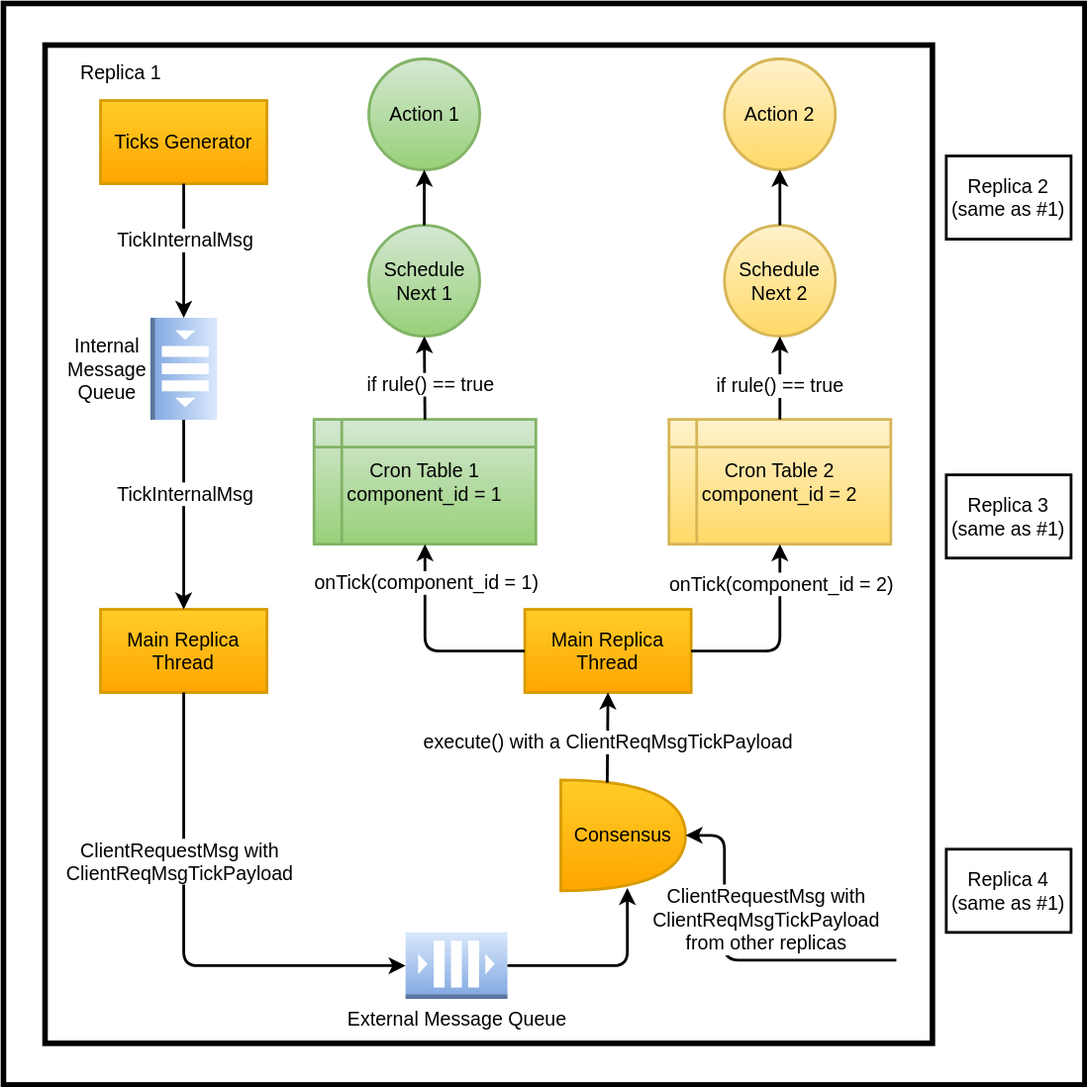
vmware/concord-bft keeps this draw.io diagram as ccron/img/concord-cron-system-overview.svg. Above is the earlier version. Source tidied: cells renumbered, new cells last; positions are measured from the earlier drawing's top-left corner, leaving out a move shared by most shapes. Source of this version:
```xml
<mxGraphModel>
  <root>
    <mxCell id="0" />
    <mxCell id="1" parent="0" />
    <mxCell id="2" style="rounded=0;whiteSpace=wrap;html=1;fillColor=none;strokeWidth=4;" parent="1" vertex="1">
      <mxGeometry width="780" height="780" as="geometry" />
    </mxCell>
    <mxCell id="3" style="rounded=0;whiteSpace=wrap;html=1;fillColor=none;strokeWidth=4;verticalAlign=top;horizontal=1;labelPosition=left;verticalLabelPosition=bottom;align=right;" parent="1" vertex="1">
      <mxGeometry x="30" y="30" width="640" height="720" as="geometry" />
    </mxCell>
    <mxCell id="4" value="Replica 2&lt;br style=&quot;font-size: 14px;&quot;&gt;(same as #1)" style="rounded=0;whiteSpace=wrap;html=1;strokeWidth=2;fontSize=14;" parent="1" vertex="1">
      <mxGeometry x="680" y="110" width="90" height="60" as="geometry" />
    </mxCell>
    <mxCell id="5" value="Replica 3&lt;br style=&quot;font-size: 14px;&quot;&gt;(same as #1)" style="rounded=0;whiteSpace=wrap;html=1;fillColor=none;strokeWidth=2;fontSize=14;" parent="1" vertex="1">
      <mxGeometry x="680" y="340" width="90" height="60" as="geometry" />
    </mxCell>
    <mxCell id="6" value="Replica 4&lt;br style=&quot;font-size: 14px;&quot;&gt;(same as #1)" style="rounded=0;whiteSpace=wrap;html=1;fillColor=none;strokeWidth=2;fontSize=14;" parent="1" vertex="1">
      <mxGeometry x="680" y="610" width="90" height="60" as="geometry" />
    </mxCell>
    <mxCell id="7" value="Internal&lt;br&gt;Message&lt;br&gt;Queue" style="text;html=1;strokeColor=none;fillColor=none;align=center;verticalAlign=middle;whiteSpace=wrap;rounded=0;fontSize=14;" parent="1" vertex="1">
      <mxGeometry x="10" y="253.5" width="130" height="20" as="geometry" />
    </mxCell>
    <mxCell id="8" value="Replica 1" style="text;html=1;strokeColor=none;fillColor=none;align=center;verticalAlign=middle;whiteSpace=wrap;rounded=0;fontSize=14;" parent="1" vertex="1">
      <mxGeometry x="20" y="40" width="130" height="20" as="geometry" />
    </mxCell>
    <mxCell id="9" value="Ticks Generator" style="rounded=0;whiteSpace=wrap;html=1;strokeWidth=2;fillColor=#ffcd28;strokeColor=#d79b00;fontSize=14;gradientColor=#ffa500;" parent="1" vertex="1">
      <mxGeometry x="70" y="70" width="120" height="60" as="geometry" />
    </mxCell>
    <mxCell id="10" style="outlineConnect=0;dashed=0;verticalLabelPosition=middle;verticalAlign=middle;align=right;html=1;shape=mxgraph.aws3.queue;fillColor=#dae8fc;strokeWidth=2;strokeColor=#6c8ebf;fontSize=14;gradientColor=#7ea6e0;horizontal=1;labelPosition=left;direction=south;" parent="1" vertex="1">
      <mxGeometry x="106" y="226.8" width="48" height="73.5" as="geometry" />
    </mxCell>
    <mxCell id="11" value="Main Replica&lt;br style=&quot;font-size: 14px;&quot;&gt;Thread" style="rounded=0;whiteSpace=wrap;html=1;strokeWidth=2;fillColor=#ffcd28;strokeColor=#d79b00;fontSize=14;gradientColor=#ffa500;" parent="1" vertex="1">
      <mxGeometry x="70" y="437" width="120" height="60" as="geometry" />
    </mxCell>
    <mxCell id="12" style="endArrow=classic;html=1;entryX=0.5;entryY=0;entryDx=0;entryDy=0;exitX=1;exitY=0.5;exitDx=0;exitDy=0;exitPerimeter=0;strokeWidth=2;" parent="1" edge="1" source="10" target="11">
      <mxGeometry relative="1" as="geometry">
        <Array as="points">
          <mxPoint x="130" y="330" />
        </Array>
      </mxGeometry>
    </mxCell>
    <mxCell id="13" value="TickInternalMsg" style="edgeLabel;html=1;align=center;verticalAlign=middle;fontSize=14;" parent="12" vertex="1">
      <mxGeometry x="-0.23" y="1" relative="1" as="geometry">
        <mxPoint x="-1" as="offset" />
      </mxGeometry>
    </mxCell>
    <mxCell id="14" value="External Message Queue" style="outlineConnect=0;dashed=0;verticalLabelPosition=bottom;verticalAlign=top;align=center;html=1;shape=mxgraph.aws3.queue;strokeWidth=2;fontSize=14;strokeColor=#6c8ebf;fillColor=#dae8fc;gradientColor=#7ea6e0;" parent="1" vertex="1">
      <mxGeometry x="290" y="670" width="73.5" height="48" as="geometry" />
    </mxCell>
    <mxCell id="15" style="endArrow=classic;html=1;fontSize=14;exitX=0.5;exitY=1;exitDx=0;exitDy=0;entryX=0;entryY=0.5;entryDx=0;entryDy=0;entryPerimeter=0;strokeWidth=2;" parent="1" edge="1" source="11" target="14">
      <mxGeometry relative="1" as="geometry">
        <Array as="points">
          <mxPoint x="130" y="694" />
        </Array>
      </mxGeometry>
    </mxCell>
    <mxCell id="16" value="ClientRequestMsg with&lt;br&gt;ClientReqMsgTickPayload" style="edgeLabel;html=1;align=center;verticalAlign=middle;fontSize=14;" parent="15" vertex="1">
      <mxGeometry x="-0.32" y="-4" relative="1" as="geometry" />
    </mxCell>
    <mxCell id="17" value="Consensus" style="shape=or;whiteSpace=wrap;html=1;fontSize=14;strokeWidth=2;fillColor=#ffcd28;gradientColor=#ffa500;strokeColor=#d79b00;" parent="1" vertex="1">
      <mxGeometry x="402" y="560" width="90" height="80" as="geometry" />
    </mxCell>
    <mxCell id="18" style="endArrow=classic;html=1;fontSize=14;exitX=1;exitY=0.5;exitDx=0;exitDy=0;exitPerimeter=0;entryX=0.533;entryY=0.975;entryDx=0;entryDy=0;entryPerimeter=0;strokeWidth=2;" parent="1" edge="1" source="14" target="17">
      <mxGeometry relative="1" as="geometry">
        <Array as="points">
          <mxPoint x="450" y="694" />
        </Array>
      </mxGeometry>
    </mxCell>
    <mxCell id="19" value="ClientRequestMsg with&lt;br&gt;ClientReqMsgTickPayload&lt;br&gt;from other replicas" style="endArrow=classic;html=1;fontSize=14;strokeWidth=2;entryX=1;entryY=0.5;entryDx=0;entryDy=0;entryPerimeter=0;" parent="1" edge="1" target="17">
      <mxGeometry x="0.26" y="-30" relative="1" as="geometry">
        <mxPoint x="644" y="690" as="sourcePoint" />
        <Array as="points">
          <mxPoint x="520" y="690" />
          <mxPoint x="520" y="600" />
        </Array>
      </mxGeometry>
    </mxCell>
    <mxCell id="20" value="Main Replica&lt;br style=&quot;font-size: 14px;&quot;&gt;Thread" style="rounded=0;whiteSpace=wrap;html=1;strokeWidth=2;fillColor=#ffcd28;strokeColor=#d79b00;fontSize=14;gradientColor=#ffa500;" parent="1" vertex="1">
      <mxGeometry x="376" y="437" width="120" height="60" as="geometry" />
    </mxCell>
    <mxCell id="21" style="endArrow=classic;html=1;fontSize=14;strokeWidth=2;exitX=0.372;exitY=0.025;exitDx=0;exitDy=0;exitPerimeter=0;entryX=0.5;entryY=1;entryDx=0;entryDy=0;" parent="1" edge="1" source="17" target="20">
      <mxGeometry relative="1" as="geometry" />
    </mxCell>
    <mxCell id="22" value="execute() with a ClientReqMsgTickPayload" style="edgeLabel;html=1;align=center;verticalAlign=middle;fontSize=14;" parent="21" vertex="1">
      <mxGeometry x="-0.16" relative="1" as="geometry">
        <mxPoint y="-3" as="offset" />
      </mxGeometry>
    </mxCell>
    <mxCell id="23" value="Cron Table 1&lt;br&gt;component_id = 1" style="shape=internalStorage;whiteSpace=wrap;html=1;backgroundOutline=1;fontSize=14;strokeWidth=2;fillColor=#d5e8d4;strokeColor=#82b366;gradientColor=#97d077;" parent="1" vertex="1">
      <mxGeometry x="224" y="300" width="160" height="90" as="geometry" />
    </mxCell>
    <mxCell id="24" value="Cron Table 2&lt;br&gt;component_id = 2" style="shape=internalStorage;whiteSpace=wrap;html=1;backgroundOutline=1;fontSize=14;strokeWidth=2;fillColor=#fff2cc;strokeColor=#d6b656;gradientColor=#ffd966;" parent="1" vertex="1">
      <mxGeometry x="480" y="300" width="160" height="90" as="geometry" />
    </mxCell>
    <mxCell id="25" value="Schedule&lt;br&gt;Next 1" style="ellipse;whiteSpace=wrap;html=1;fontSize=14;strokeWidth=2;fillColor=#d5e8d4;gradientColor=#97d077;strokeColor=#82b366;" parent="1" vertex="1">
      <mxGeometry x="263.5" y="160" width="80" height="80" as="geometry" />
    </mxCell>
    <mxCell id="26" style="endArrow=classic;html=1;fontSize=14;strokeWidth=2;exitX=0.5;exitY=0;exitDx=0;exitDy=0;entryX=0.5;entryY=1;entryDx=0;entryDy=0;" parent="1" edge="1" source="23" target="25">
      <mxGeometry relative="1" as="geometry" />
    </mxCell>
    <mxCell id="27" value="if rule() == true" style="edgeLabel;html=1;align=center;verticalAlign=middle;fontSize=14;" parent="26" vertex="1">
      <mxGeometry x="-0.2" y="-3" relative="1" as="geometry">
        <mxPoint x="1" y="-1" as="offset" />
      </mxGeometry>
    </mxCell>
    <mxCell id="28" value="Action 1" style="ellipse;whiteSpace=wrap;html=1;fontSize=14;strokeWidth=2;fillColor=#d5e8d4;gradientColor=#97d077;strokeColor=#82b366;" parent="1" vertex="1">
      <mxGeometry x="263.5" y="40" width="80" height="80" as="geometry" />
    </mxCell>
    <mxCell id="29" style="endArrow=classic;html=1;fontSize=14;strokeWidth=2;entryX=0.5;entryY=1;entryDx=0;entryDy=0;exitX=0.5;exitY=0;exitDx=0;exitDy=0;" parent="1" edge="1" source="25" target="28">
      <mxGeometry relative="1" as="geometry" />
    </mxCell>
    <mxCell id="30" value="Schedule&lt;br&gt;Next 2" style="ellipse;whiteSpace=wrap;html=1;fontSize=14;strokeWidth=2;fillColor=#fff2cc;gradientColor=#ffd966;strokeColor=#d6b656;" parent="1" vertex="1">
      <mxGeometry x="520" y="160" width="80" height="80" as="geometry" />
    </mxCell>
    <mxCell id="31" style="endArrow=classic;html=1;fontSize=14;strokeWidth=2;entryX=0.5;entryY=1;entryDx=0;entryDy=0;exitX=0.5;exitY=0;exitDx=0;exitDy=0;" parent="1" edge="1" source="24" target="30">
      <mxGeometry relative="1" as="geometry" />
    </mxCell>
    <mxCell id="32" value="if rule() == true" style="edgeLabel;html=1;align=center;verticalAlign=middle;fontSize=14;" parent="31" vertex="1">
      <mxGeometry x="0.15" y="3" relative="1" as="geometry">
        <mxPoint x="2" y="10" as="offset" />
      </mxGeometry>
    </mxCell>
    <mxCell id="33" value="Action 2" style="ellipse;whiteSpace=wrap;html=1;fontSize=14;strokeWidth=2;fillColor=#fff2cc;gradientColor=#ffd966;strokeColor=#d6b656;" parent="1" vertex="1">
      <mxGeometry x="520" y="40" width="80" height="80" as="geometry" />
    </mxCell>
    <mxCell id="34" style="endArrow=classic;html=1;fontSize=14;strokeWidth=2;entryX=0.5;entryY=1;entryDx=0;entryDy=0;exitX=0.5;exitY=0;exitDx=0;exitDy=0;" parent="1" edge="1" source="30" target="33">
      <mxGeometry relative="1" as="geometry" />
    </mxCell>
    <mxCell id="35" style="endArrow=classic;html=1;fontSize=14;strokeWidth=2;exitX=0;exitY=0.5;exitDx=0;exitDy=0;entryX=0.5;entryY=1;entryDx=0;entryDy=0;" parent="1" edge="1" source="20" target="23">
      <mxGeometry relative="1" as="geometry">
        <Array as="points">
          <mxPoint x="304" y="467" />
        </Array>
      </mxGeometry>
    </mxCell>
    <mxCell id="36" value="onTick(component_id = 1)" style="edgeLabel;html=1;align=center;verticalAlign=middle;fontSize=14;" parent="35" vertex="1">
      <mxGeometry x="0.4" y="-2" relative="1" as="geometry">
        <mxPoint x="-2" y="-17" as="offset" />
      </mxGeometry>
    </mxCell>
    <mxCell id="37" style="endArrow=classic;html=1;fontSize=14;strokeWidth=2;entryX=0.5;entryY=1;entryDx=0;entryDy=0;exitX=1;exitY=0.5;exitDx=0;exitDy=0;" parent="1" edge="1" source="20" target="24">
      <mxGeometry relative="1" as="geometry">
        <Array as="points">
          <mxPoint x="560" y="467" />
        </Array>
      </mxGeometry>
    </mxCell>
    <mxCell id="38" value="onTick(component_id = 2)" style="edgeLabel;html=1;align=center;verticalAlign=middle;fontSize=14;" parent="37" vertex="1">
      <mxGeometry x="0.29" y="-3" relative="1" as="geometry">
        <mxPoint x="-3" y="-22" as="offset" />
      </mxGeometry>
    </mxCell>
    <mxCell id="39" style="endArrow=classic;html=1;entryX=0;entryY=0.5;entryDx=0;entryDy=0;exitX=0.5;exitY=1;exitDx=0;exitDy=0;strokeWidth=2;entryPerimeter=0;" parent="1" edge="1" source="9" target="10">
      <mxGeometry relative="1" as="geometry" />
    </mxCell>
    <mxCell id="40" value="TickInternalMsg" style="edgeLabel;html=1;align=center;verticalAlign=middle;fontSize=14;" parent="39" vertex="1">
      <mxGeometry x="-0.23" y="1" relative="1" as="geometry">
        <mxPoint x="-1" y="3" as="offset" />
      </mxGeometry>
    </mxCell>
  </root>
</mxGraphModel>
```
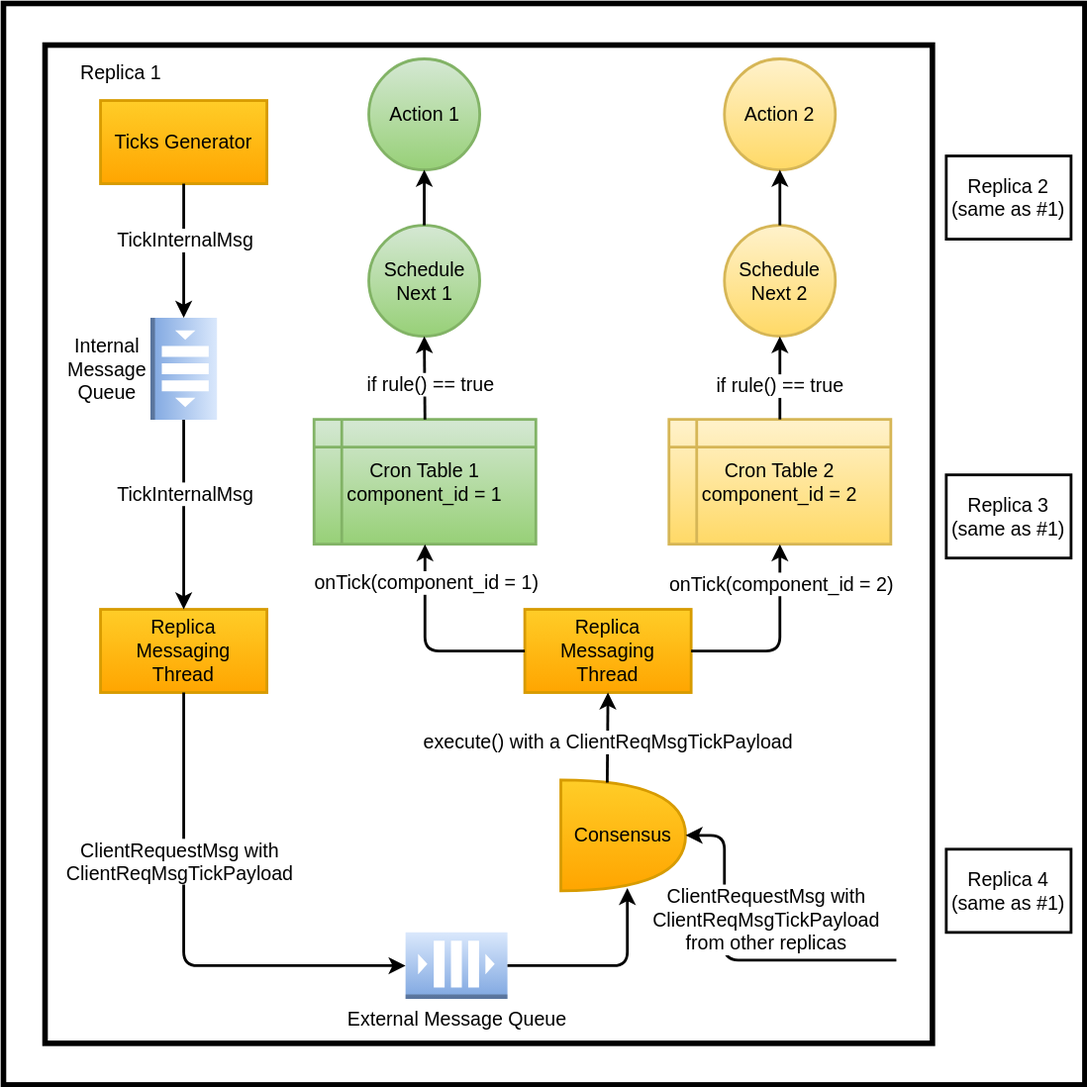
The same diagram one commit later.

Commit message:
Update Concord Cron README with ext queue details

Update the Concord Cron README.md file with details about checking for
pending ticks in the external message queue.

The edit, as a diff of the source:
```diff
@@ -29,7 +29,7 @@
     <mxCell id="10" style="outlineConnect=0;dashed=0;verticalLabelPosition=middle;verticalAlign=middle;align=right;html=1;shape=mxgraph.aws3.queue;fillColor=#dae8fc;strokeWidth=2;strokeColor=#6c8ebf;fontSize=14;gradientColor=#7ea6e0;horizontal=1;labelPosition=left;direction=south;" parent="1" vertex="1">
       <mxGeometry x="106" y="226.8" width="48" height="73.5" as="geometry" />
     </mxCell>
-    <mxCell id="11" value="Main Replica&lt;br style=&quot;font-size: 14px;&quot;&gt;Thread" style="rounded=0;whiteSpace=wrap;html=1;strokeWidth=2;fillColor=#ffcd28;strokeColor=#d79b00;fontSize=14;gradientColor=#ffa500;" parent="1" vertex="1">
+    <mxCell id="11" value="Replica Messaging&lt;br style=&quot;font-size: 14px&quot;&gt;Thread" style="rounded=0;whiteSpace=wrap;html=1;strokeWidth=2;fillColor=#ffcd28;strokeColor=#d79b00;fontSize=14;gradientColor=#ffa500;" parent="1" vertex="1">
       <mxGeometry x="70" y="437" width="120" height="60" as="geometry" />
     </mxCell>
     <mxCell id="12" style="endArrow=classic;html=1;entryX=0.5;entryY=0;entryDx=0;entryDy=0;exitX=1;exitY=0.5;exitDx=0;exitDy=0;exitPerimeter=0;strokeWidth=2;" parent="1" edge="1" source="10" target="11">
@@ -76,7 +76,7 @@
         </Array>
       </mxGeometry>
     </mxCell>
-    <mxCell id="20" value="Main Replica&lt;br style=&quot;font-size: 14px;&quot;&gt;Thread" style="rounded=0;whiteSpace=wrap;html=1;strokeWidth=2;fillColor=#ffcd28;strokeColor=#d79b00;fontSize=14;gradientColor=#ffa500;" parent="1" vertex="1">
+    <mxCell id="20" value="Replica Messaging&lt;br&gt;Thread" style="rounded=0;whiteSpace=wrap;html=1;strokeWidth=2;fillColor=#ffcd28;strokeColor=#d79b00;fontSize=14;gradientColor=#ffa500;" parent="1" vertex="1">
       <mxGeometry x="376" y="437" width="120" height="60" as="geometry" />
     </mxCell>
     <mxCell id="21" style="endArrow=classic;html=1;fontSize=14;strokeWidth=2;exitX=0.372;exitY=0.025;exitDx=0;exitDy=0;exitPerimeter=0;entryX=0.5;entryY=1;entryDx=0;entryDy=0;" parent="1" edge="1" source="17" target="20">
```
